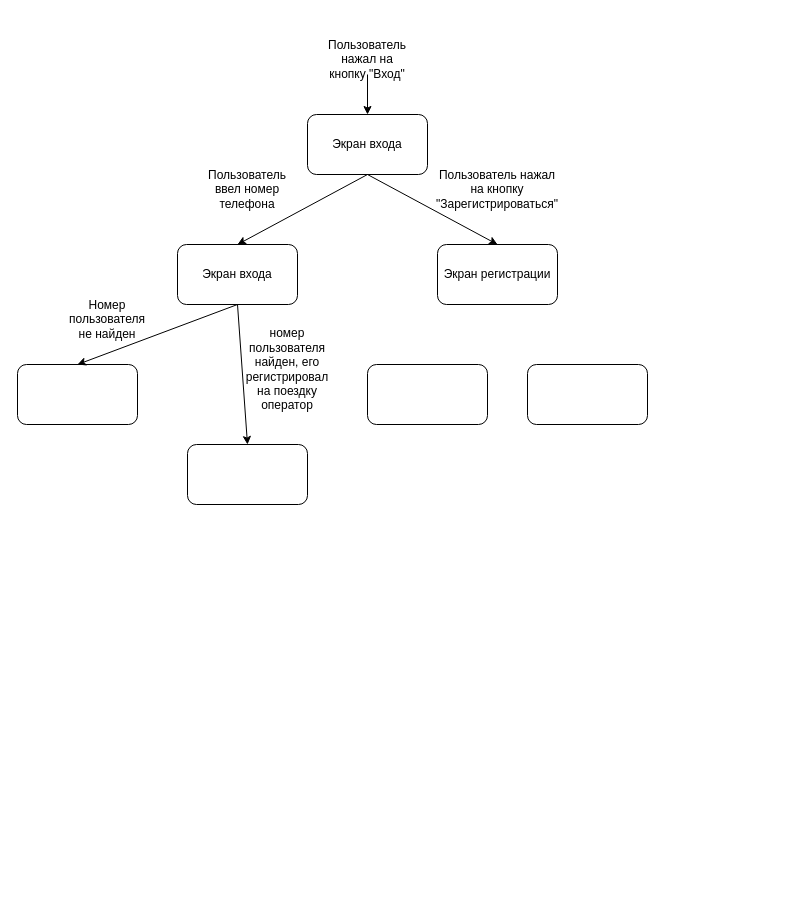
Earlier version of the draw.io diagram Untitled Diagram.drawio (AlexandraKolomoitseva/Diagrams). Source tidied: cells renumbered, new cells numbered last; positions are measured from the earlier drawing's top-left corner, leaving out a move shared by most shapes. Both pictures are drawn from the tidied source at 100%, with x=0, y=0 at pixel (17, 44).
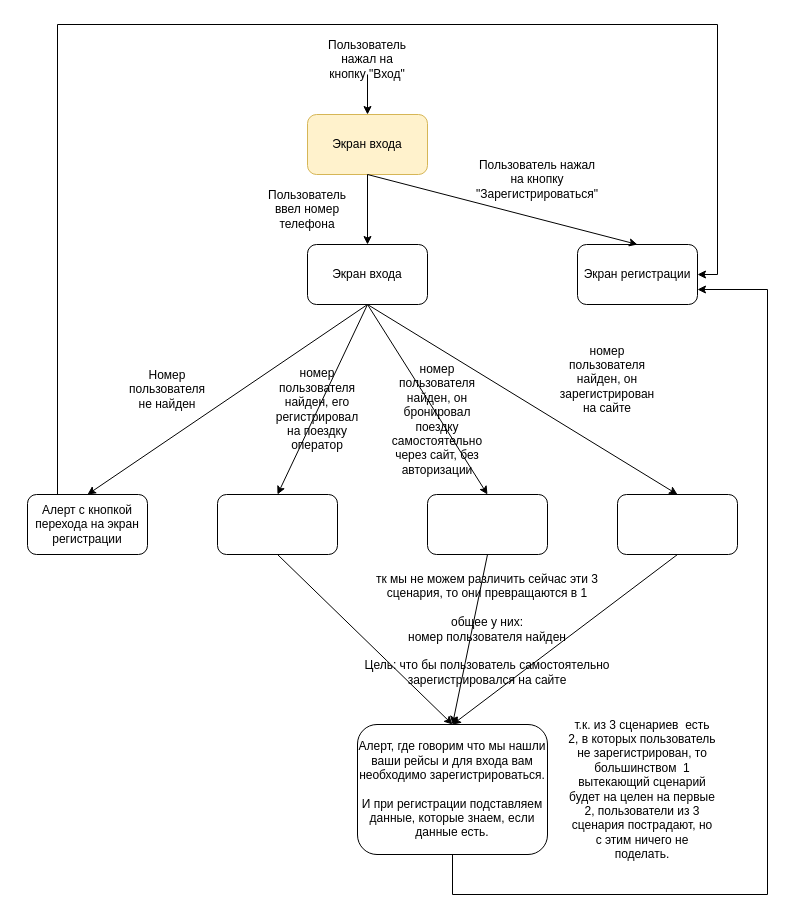
The same page after the edit.

The edit, as a diff of the source:
```diff
@@
-    <mxCell id="2" value="Экран входа" style="rounded=1;whiteSpace=wrap;html=1;" parent="1" vertex="1">
+    <mxCell id="2" value="Экран входа" style="rounded=1;whiteSpace=wrap;html=1;fillColor=#fff2cc;strokeColor=#d6b656;" parent="1" vertex="1">
       <mxGeometry x="290" y="70" width="120" height="60" as="geometry" />
     </mxCell>
@@
     <mxCell id="5" value="Экран входа" style="rounded=1;whiteSpace=wrap;html=1;" parent="1" vertex="1">
-      <mxGeometry x="160" y="200" width="120" height="60" as="geometry" />
+      <mxGeometry x="290" y="200" width="120" height="60" as="geometry" />
     </mxCell>
     <mxCell id="6" value="Экран регистрации" style="rounded=1;whiteSpace=wrap;html=1;" parent="1" vertex="1">
-      <mxGeometry x="420" y="200" width="120" height="60" as="geometry" />
+      <mxGeometry x="560" y="200" width="120" height="60" as="geometry" />
     </mxCell>
@@
     <mxCell id="9" value="Пользователь ввел номер телефона" style="text;html=1;align=center;verticalAlign=middle;whiteSpace=wrap;rounded=0;" parent="1" vertex="1">
-      <mxGeometry x="200" y="130" width="60" height="30" as="geometry" />
+      <mxGeometry x="260" y="150" width="60" height="30" as="geometry" />
     </mxCell>
     <mxCell id="10" value="Пользователь нажал на кнопку &quot;Зарегистрироваться&quot;" style="text;html=1;align=center;verticalAlign=middle;whiteSpace=wrap;rounded=0;" parent="1" vertex="1">
-      <mxGeometry x="450" y="130" width="60" height="30" as="geometry" />
+      <mxGeometry x="490" y="120" width="60" height="30" as="geometry" />
     </mxCell>
+    <mxCell id="19" style="edgeStyle=orthogonalEdgeStyle;rounded=0;jettySize=auto;html=1;entryX=1;entryY=0.5;entryDx=0;entryDy=0;exitX=0.25;exitY=0;exitDx=0;exitDy=0;" parent="1" edge="1" source="11" target="6">
+      <mxGeometry relative="1" as="geometry">
+        <Array as="points">
+          <mxPoint x="40" y="-20" />
+          <mxPoint x="700" y="-20" />
+          <mxPoint x="700" y="230" />
+        </Array>
+      </mxGeometry>
+    </mxCell>
-    <mxCell id="11" style="rounded=1;whiteSpace=wrap;html=1;" parent="1" vertex="1">
-      <mxGeometry y="320" width="120" height="60" as="geometry" />
+    <mxCell id="11" value="Алерт с кнопкой перехода на экран регистрации" style="rounded=1;whiteSpace=wrap;html=1;" parent="1" vertex="1">
+      <mxGeometry x="10" y="450" width="120" height="60" as="geometry" />
     </mxCell>
     <mxCell id="12" style="rounded=1;whiteSpace=wrap;html=1;" parent="1" vertex="1">
-      <mxGeometry x="170" y="400" width="120" height="60" as="geometry" />
+      <mxGeometry x="200" y="450" width="120" height="60" as="geometry" />
     </mxCell>
     <mxCell id="13" style="rounded=1;whiteSpace=wrap;html=1;" parent="1" vertex="1">
-      <mxGeometry x="350" y="320" width="120" height="60" as="geometry" />
+      <mxGeometry x="410" y="450" width="120" height="60" as="geometry" />
     </mxCell>
     <mxCell id="14" style="rounded=1;whiteSpace=wrap;html=1;" parent="1" vertex="1">
-      <mxGeometry x="510" y="320" width="120" height="60" as="geometry" />
+      <mxGeometry x="600" y="450" width="120" height="60" as="geometry" />
     </mxCell>
@@
     <mxCell id="16" value="Номер пользователя не найден" style="text;html=1;align=center;verticalAlign=middle;whiteSpace=wrap;rounded=0;" parent="1" vertex="1">
-      <mxGeometry x="60" y="260" width="60" height="30" as="geometry" />
+      <mxGeometry x="120" y="330" width="60" height="30" as="geometry" />
     </mxCell>
+    <mxCell id="20" style="endArrow=classic;html=1;rounded=0;entryX=0.5;entryY=0;entryDx=0;entryDy=0;exitX=0.5;exitY=1;exitDx=0;exitDy=0;" parent="1" edge="1" source="5" target="14">
+      <mxGeometry relative="1" as="geometry" />
+    </mxCell>
+    <mxCell id="21" value="номер пользователя найден, он зарегистрирован на сайте" style="text;html=1;align=center;verticalAlign=middle;whiteSpace=wrap;rounded=0;" parent="1" vertex="1">
+      <mxGeometry x="560" y="320" width="60" height="30" as="geometry" />
+    </mxCell>
+    <mxCell id="22" value="номер пользователя найден, он бронировал поездку самостоятельно через сайт, без авторизации" style="text;html=1;align=center;verticalAlign=middle;whiteSpace=wrap;rounded=0;" parent="1" vertex="1">
+      <mxGeometry x="390" y="360" width="60" height="30" as="geometry" />
+    </mxCell>
+    <mxCell id="18" value="номер пользователя найден, его регистрировал на поездку оператор" style="text;html=1;align=center;verticalAlign=middle;whiteSpace=wrap;rounded=0;" parent="1" vertex="1">
+      <mxGeometry x="270" y="350" width="60" height="30" as="geometry" />
+    </mxCell>
@@
-    <mxCell id="18" value="номер пользователя найден, его регистрировал на поездку оператор" style="text;html=1;align=center;verticalAlign=middle;whiteSpace=wrap;rounded=0;" parent="1" vertex="1">
-      <mxGeometry x="240" y="310" width="60" height="30" as="geometry" />
-    </mxCell>
+    <mxCell id="23" style="endArrow=classic;html=1;rounded=0;exitX=0.5;exitY=1;exitDx=0;exitDy=0;entryX=0.5;entryY=0;entryDx=0;entryDy=0;" parent="1" edge="1" source="5" target="13">
+      <mxGeometry relative="1" as="geometry" />
+    </mxCell>
+    <mxCell id="24" value="тк мы не можем различить сейчас эти 3 сценария, то они превращаются в 1&lt;div&gt;&lt;br&gt;&lt;/div&gt;&lt;div&gt;общее у них:&lt;/div&gt;&lt;div&gt;номер пользователя найден&lt;/div&gt;&lt;div&gt;&lt;br&gt;&lt;/div&gt;&lt;div&gt;Цель: что бы пользователь самостоятельно зарегистрировался на сайте&lt;/div&gt;" style="text;html=1;align=center;verticalAlign=middle;whiteSpace=wrap;rounded=0;" parent="1" vertex="1">
+      <mxGeometry x="340" y="570" width="260" height="30" as="geometry" />
+    </mxCell>
+    <mxCell id="25" style="edgeStyle=orthogonalEdgeStyle;rounded=0;jettySize=auto;html=1;entryX=1;entryY=0.75;entryDx=0;entryDy=0;" parent="1" edge="1" source="26" target="6">
+      <mxGeometry relative="1" as="geometry">
+        <Array as="points">
+          <mxPoint x="435" y="850" />
+          <mxPoint x="750" y="850" />
+          <mxPoint x="750" y="245" />
+        </Array>
+      </mxGeometry>
+    </mxCell>
+    <mxCell id="26" value="Алерт, где говорим что мы нашли ваши рейсы и для входа вам необходимо зарегистрироваться.&lt;div&gt;&lt;br&gt;&lt;/div&gt;&lt;div&gt;И при регистрации подставляем данные, которые знаем, если данные есть.&lt;/div&gt;" style="rounded=1;whiteSpace=wrap;html=1;" parent="1" vertex="1">
+      <mxGeometry x="340" y="680" width="190" height="130" as="geometry" />
+    </mxCell>
+    <mxCell id="27" style="endArrow=classic;html=1;rounded=0;exitX=0.5;exitY=1;exitDx=0;exitDy=0;entryX=0.5;entryY=0;entryDx=0;entryDy=0;" parent="1" edge="1" source="12" target="26">
+      <mxGeometry relative="1" as="geometry" />
+    </mxCell>
+    <mxCell id="28" style="endArrow=classic;html=1;rounded=0;exitX=0.5;exitY=1;exitDx=0;exitDy=0;entryX=0.5;entryY=0;entryDx=0;entryDy=0;" parent="1" edge="1" source="13" target="26">
+      <mxGeometry relative="1" as="geometry" />
+    </mxCell>
+    <mxCell id="29" style="endArrow=classic;html=1;rounded=0;exitX=0.5;exitY=1;exitDx=0;exitDy=0;entryX=0.5;entryY=0;entryDx=0;entryDy=0;" parent="1" edge="1" source="14" target="26">
+      <mxGeometry relative="1" as="geometry" />
+    </mxCell>
+    <mxCell id="30" value="т.к. из 3 сценариев &amp;nbsp;есть 2, в которых пользователь не зарегистрирован, то большинством &amp;nbsp;1 вытекающий сценарий будет на целен на первые 2, пользователи из 3 сценария пострадают, но с этим ничего не поделать." style="text;html=1;align=center;verticalAlign=middle;whiteSpace=wrap;rounded=0;" parent="1" vertex="1">
+      <mxGeometry x="550" y="730" width="150" height="30" as="geometry" />
+    </mxCell>
```
